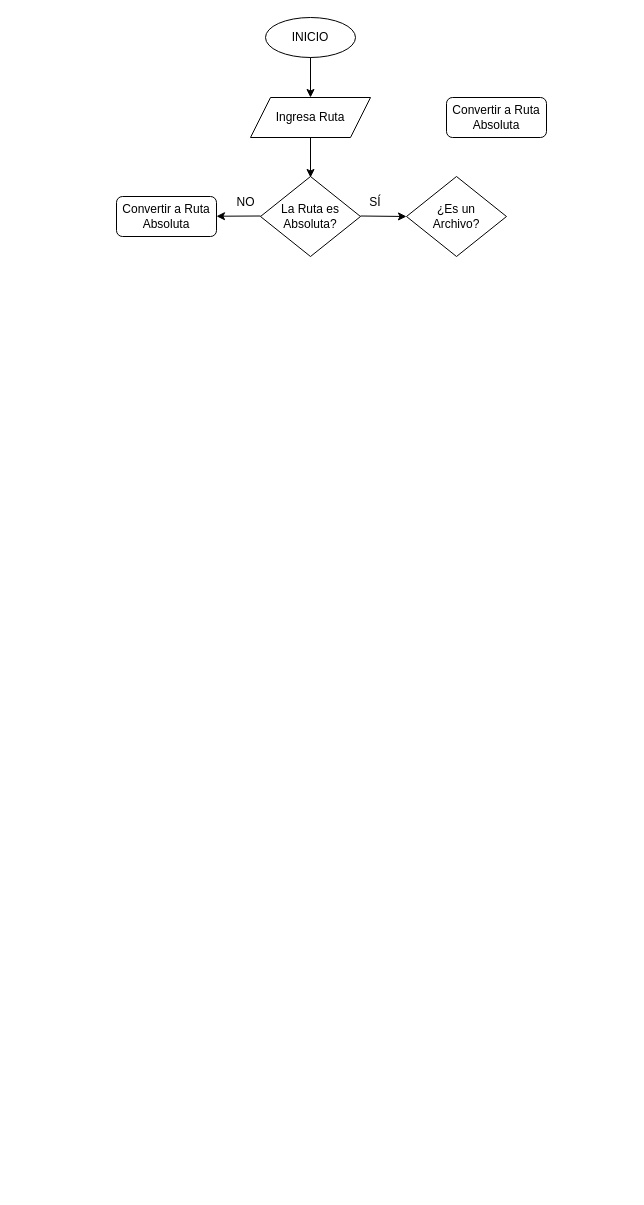
Before: MDLink.drawio in NellyCN/DEV003-md-links, a draw.io diagram. Source tidied: cells renumbered, new cells numbered last; positions are measured from the earlier drawing's top-left corner, leaving out a move shared by most shapes. Both pictures are drawn from the tidied source at 100%, with x=0, y=0 at pixel (116, 17).
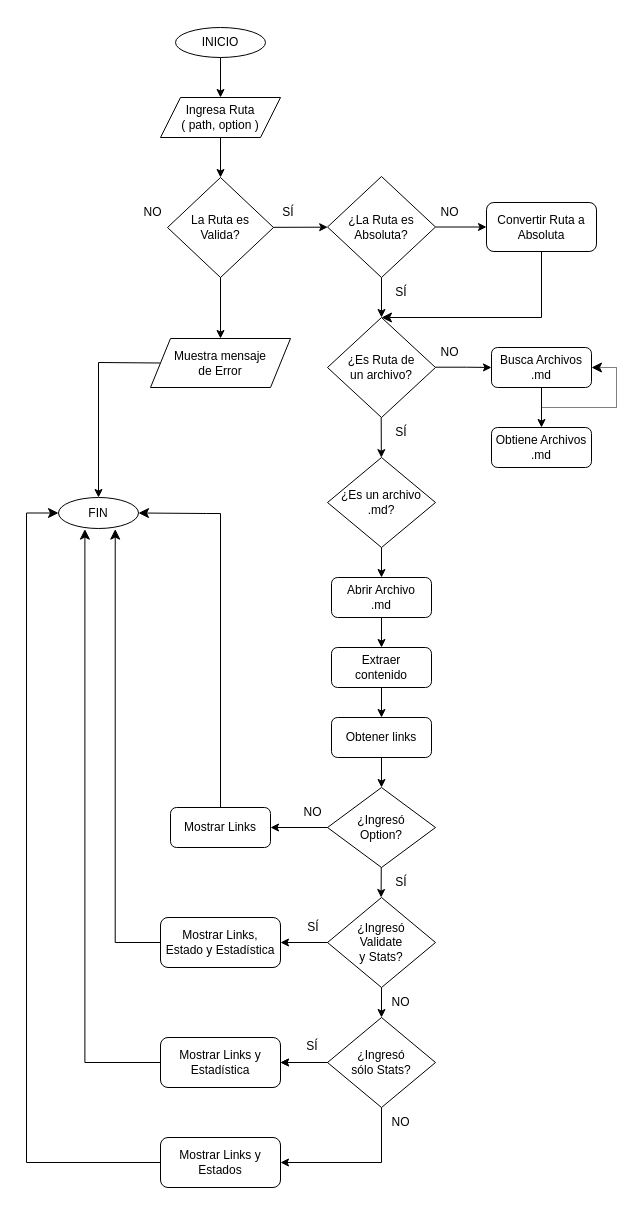
After the change.

Change to the diagram source:
```diff
@@
     <mxCell id="2" value="INICIO" style="ellipse;whiteSpace=wrap;html=1;" parent="1" vertex="1">
-      <mxGeometry x="149" width="90" height="40" as="geometry" />
+      <mxGeometry x="59" y="10" width="90" height="30" as="geometry" />
     </mxCell>
-    <mxCell id="3" value="Ingresa Ruta" style="shape=parallelogram;perimeter=parallelogramPerimeter;whiteSpace=wrap;html=1;fixedSize=1;" parent="1" vertex="1">
-      <mxGeometry x="134" y="80" width="120" height="40" as="geometry" />
+    <mxCell id="3" value="Ingresa Ruta&lt;br&gt;( path, option )" style="shape=parallelogram;perimeter=parallelogramPerimeter;whiteSpace=wrap;html=1;fixedSize=1;" parent="1" vertex="1">
+      <mxGeometry x="44" y="80" width="120" height="40" as="geometry" />
     </mxCell>
-    <mxCell id="4" style="endArrow=classic;html=1;rounded=0;exitX=0.5;exitY=1;exitDx=0;exitDy=0;entryX=0.5;entryY=0;entryDx=0;entryDy=0;" parent="1" edge="1" source="2" target="3">
+    <mxCell id="4" style="endArrow=classic;html=1;rounded=0;" parent="1" edge="1" source="2" target="3">
       <mxGeometry relative="1" as="geometry" />
     </mxCell>
-    <mxCell id="5" value="La Ruta es Absoluta?" style="rhombus;whiteSpace=wrap;html=1;" parent="1" vertex="1">
-      <mxGeometry x="144" y="159" width="100" height="80" as="geometry" />
+    <mxCell id="5" value="La Ruta es &lt;br&gt;Valida?" style="rhombus;whiteSpace=wrap;html=1;" parent="1" vertex="1">
+      <mxGeometry x="51" y="160" width="106" height="100" as="geometry" />
     </mxCell>
-    <mxCell id="6" style="endArrow=classic;html=1;rounded=0;exitX=0.5;exitY=1;exitDx=0;exitDy=0;entryX=0.5;entryY=0;entryDx=0;entryDy=0;" parent="1" edge="1">
-      <mxGeometry relative="1" as="geometry">
-        <mxPoint x="194" y="120" as="sourcePoint" />
-        <mxPoint x="194" y="160" as="targetPoint" />
-      </mxGeometry>
+    <mxCell id="6" style="endArrow=classic;html=1;rounded=0;" parent="1" edge="1" source="3" target="5">
+      <mxGeometry relative="1" as="geometry" />
     </mxCell>
-    <mxCell id="7" style="endArrow=classic;html=1;rounded=0;exitX=0.5;exitY=1;exitDx=0;exitDy=0;" parent="1" edge="1">
-      <mxGeometry relative="1" as="geometry">
-        <mxPoint x="244" y="198.5" as="sourcePoint" />
-        <mxPoint x="290" y="199" as="targetPoint" />
-      </mxGeometry>
+    <mxCell id="7" style="endArrow=classic;html=1;rounded=0;" parent="1" edge="1" source="5" target="13">
+      <mxGeometry relative="1" as="geometry" />
     </mxCell>
-    <mxCell id="8" style="endArrow=classic;html=1;rounded=0;exitX=0.5;exitY=1;exitDx=0;exitDy=0;" parent="1" edge="1" target="11">
-      <mxGeometry relative="1" as="geometry">
-        <mxPoint x="144" y="198.5" as="sourcePoint" />
-      </mxGeometry>
+    <mxCell id="8" style="endArrow=classic;html=1;rounded=0;entryX=0.5;entryY=0;entryDx=0;entryDy=0;" parent="1" edge="1" source="5" target="21">
+      <mxGeometry relative="1" as="geometry" />
     </mxCell>
     <mxCell id="9" value="NO" style="text;strokeColor=none;align=center;fillColor=none;html=1;verticalAlign=middle;whiteSpace=wrap;rounded=0;" parent="1" vertex="1">
-      <mxGeometry x="115" y="170" width="29" height="30" as="geometry" />
+      <mxGeometry x="22" y="180" width="29" height="30" as="geometry" />
     </mxCell>
     <mxCell id="10" value="SÍ" style="text;strokeColor=none;align=center;fillColor=none;html=1;verticalAlign=middle;whiteSpace=wrap;rounded=0;" parent="1" vertex="1">
-      <mxGeometry x="244" y="170" width="30" height="30" as="geometry" />
+      <mxGeometry x="157" y="180" width="30" height="30" as="geometry" />
     </mxCell>
-    <mxCell id="11" value="Convertir a Ruta Absoluta" style="rounded=1;whiteSpace=wrap;html=1;" parent="1" vertex="1">
-      <mxGeometry y="179" width="100" height="40" as="geometry" />
+    <mxCell id="11" value="Convertir Ruta a Absoluta" style="rounded=1;whiteSpace=wrap;html=1;" parent="1" vertex="1">
+      <mxGeometry x="370" y="185" width="110" height="49" as="geometry" />
     </mxCell>
-    <mxCell id="12" value="Convertir a Ruta Absoluta" style="rounded=1;whiteSpace=wrap;html=1;" parent="1" vertex="1">
-      <mxGeometry x="330" y="80" width="100" height="40" as="geometry" />
+    <mxCell id="12" value="Busca Archivos .md" style="rounded=1;whiteSpace=wrap;html=1;" parent="1" vertex="1">
+      <mxGeometry x="375" y="330" width="100" height="40" as="geometry" />
     </mxCell>
-    <mxCell id="13" value="¿Es un &lt;br&gt;Archivo?" style="rhombus;whiteSpace=wrap;html=1;" parent="1" vertex="1">
-      <mxGeometry x="290" y="159" width="100" height="80" as="geometry" />
+    <mxCell id="13" value="¿La Ruta es Absoluta?" style="rhombus;whiteSpace=wrap;html=1;" parent="1" vertex="1">
+      <mxGeometry x="211" y="159" width="108" height="101" as="geometry" />
     </mxCell>
+    <mxCell id="14" style="endArrow=classic;html=1;rounded=0;startArrow=none;entryX=0.5;entryY=0;entryDx=0;entryDy=0;exitX=0;exitY=0.5;exitDx=0;exitDy=0;" parent="1" edge="1" source="21" target="15">
+      <mxGeometry relative="1" as="geometry">
+        <Array as="points">
+          <mxPoint x="-18" y="345" />
+        </Array>
+      </mxGeometry>
+    </mxCell>
+    <mxCell id="15" value="FIN" style="ellipse;whiteSpace=wrap;html=1;" parent="1" vertex="1">
+      <mxGeometry x="-58" y="480" width="80" height="31" as="geometry" />
+    </mxCell>
+    <mxCell id="16" style="endArrow=classic;html=1;rounded=0;" parent="1" edge="1" source="13" target="11">
+      <mxGeometry relative="1" as="geometry" />
+    </mxCell>
+    <mxCell id="17" value="NO" style="text;strokeColor=none;align=center;fillColor=none;html=1;verticalAlign=middle;whiteSpace=wrap;rounded=0;" parent="1" vertex="1">
+      <mxGeometry x="319" y="180" width="29" height="30" as="geometry" />
+    </mxCell>
+    <mxCell id="18" style="endArrow=classic;html=1;rounded=0;exitX=0.5;exitY=1;exitDx=0;exitDy=0;" parent="1" edge="1" source="13" target="20">
+      <mxGeometry relative="1" as="geometry" />
+    </mxCell>
+    <mxCell id="19" value="SÍ" style="text;strokeColor=none;align=center;fillColor=none;html=1;verticalAlign=middle;whiteSpace=wrap;rounded=0;" parent="1" vertex="1">
+      <mxGeometry x="270" y="260" width="30" height="30" as="geometry" />
+    </mxCell>
+    <mxCell id="20" value="¿Es Ruta de&lt;br&gt;un archivo?" style="rhombus;whiteSpace=wrap;html=1;" parent="1" vertex="1">
+      <mxGeometry x="211" y="300" width="108" height="100" as="geometry" />
+    </mxCell>
+    <mxCell id="21" value="Muestra mensaje&lt;br&gt;de Error" style="shape=parallelogram;perimeter=parallelogramPerimeter;whiteSpace=wrap;html=1;fixedSize=1;" parent="1" vertex="1">
+      <mxGeometry x="34" y="321" width="140" height="49" as="geometry" />
+    </mxCell>
+    <mxCell id="22" style="endArrow=classic;html=1;rounded=0;exitX=1;exitY=0.5;exitDx=0;exitDy=0;entryX=0;entryY=0.5;entryDx=0;entryDy=0;" parent="1" edge="1" target="12">
+      <mxGeometry relative="1" as="geometry">
+        <mxPoint x="319" y="349.7" as="sourcePoint" />
+        <Array as="points">
+          <mxPoint x="350" y="349.7" />
+        </Array>
+      </mxGeometry>
+    </mxCell>
+    <mxCell id="23" style="endArrow=classic;html=1;rounded=0;exitX=0.5;exitY=1;exitDx=0;exitDy=0;" parent="1" edge="1" target="30">
+      <mxGeometry relative="1" as="geometry">
+        <mxPoint x="264.7" y="400" as="sourcePoint" />
+      </mxGeometry>
+    </mxCell>
+    <mxCell id="24" value="SÍ" style="text;strokeColor=none;align=center;fillColor=none;html=1;verticalAlign=middle;whiteSpace=wrap;rounded=0;" parent="1" vertex="1">
+      <mxGeometry x="270" y="400" width="30" height="30" as="geometry" />
+    </mxCell>
+    <mxCell id="25" value="NO" style="text;strokeColor=none;align=center;fillColor=none;html=1;verticalAlign=middle;whiteSpace=wrap;rounded=0;" parent="1" vertex="1">
+      <mxGeometry x="319" y="320" width="29" height="30" as="geometry" />
+    </mxCell>
+    <mxCell id="26" value="Obtiene Archivos .md" style="rounded=1;whiteSpace=wrap;html=1;" parent="1" vertex="1">
+      <mxGeometry x="375" y="410" width="100" height="40" as="geometry" />
+    </mxCell>
+    <mxCell id="27" style="edgeStyle=segmentEdgeStyle;endArrow=classic;html=1;curved=0;rounded=0;endSize=8;startSize=8;exitX=0.5;exitY=1;exitDx=0;exitDy=0;entryX=0.5;entryY=0;entryDx=0;entryDy=0;" parent="1" edge="1" source="11" target="20">
+      <mxGeometry relative="1" as="geometry">
+        <Array as="points">
+          <mxPoint x="425" y="300" />
+        </Array>
+      </mxGeometry>
+    </mxCell>
+    <mxCell id="28" style="endArrow=classic;html=1;rounded=0;exitX=0.5;exitY=1;exitDx=0;exitDy=0;entryX=0.5;entryY=0;entryDx=0;entryDy=0;" parent="1" edge="1" source="12" target="26">
+      <mxGeometry relative="1" as="geometry" />
+    </mxCell>
+    <mxCell id="29" style="edgeStyle=elbowEdgeStyle;elbow=horizontal;endArrow=classic;html=1;curved=0;rounded=0;endSize=8;startSize=8;entryX=1;entryY=0.5;entryDx=0;entryDy=0;dashed=1;dashPattern=1 1;" parent="1" edge="1" target="12">
+      <mxGeometry relative="1" as="geometry">
+        <mxPoint x="425" y="390" as="sourcePoint" />
+        <Array as="points">
+          <mxPoint x="500" y="390" />
+        </Array>
+      </mxGeometry>
+    </mxCell>
+    <mxCell id="30" value="¿Es un&amp;nbsp;archivo&lt;br&gt;.md?" style="rhombus;whiteSpace=wrap;html=1;" parent="1" vertex="1">
+      <mxGeometry x="211" y="440" width="108" height="90" as="geometry" />
+    </mxCell>
+    <mxCell id="31" value="Abrir Archivo &lt;br&gt;.md" style="rounded=1;whiteSpace=wrap;html=1;" parent="1" vertex="1">
+      <mxGeometry x="215" y="560" width="100" height="40" as="geometry" />
+    </mxCell>
+    <mxCell id="32" value="Extraer &lt;br&gt;contenido" style="rounded=1;whiteSpace=wrap;html=1;" parent="1" vertex="1">
+      <mxGeometry x="215" y="630" width="100" height="40" as="geometry" />
+    </mxCell>
+    <mxCell id="33" value="Obtener links" style="rounded=1;whiteSpace=wrap;html=1;" parent="1" vertex="1">
+      <mxGeometry x="215" y="700" width="100" height="40" as="geometry" />
+    </mxCell>
+    <mxCell id="34" style="endArrow=classic;html=1;rounded=0;entryX=0.5;entryY=0;entryDx=0;entryDy=0;" parent="1" edge="1" source="30" target="31">
+      <mxGeometry relative="1" as="geometry" />
+    </mxCell>
+    <mxCell id="35" style="endArrow=classic;html=1;rounded=0;" parent="1" edge="1" source="31" target="32">
+      <mxGeometry relative="1" as="geometry" />
+    </mxCell>
+    <mxCell id="36" style="endArrow=classic;html=1;rounded=0;exitX=0.5;exitY=1;exitDx=0;exitDy=0;" parent="1" edge="1" source="32" target="33">
+      <mxGeometry relative="1" as="geometry" />
+    </mxCell>
+    <mxCell id="37" style="endArrow=classic;html=1;rounded=0;" parent="1" edge="1" source="33" target="38">
+      <mxGeometry relative="1" as="geometry" />
+    </mxCell>
+    <mxCell id="38" value="¿Ingresó &lt;br&gt;Option?" style="rhombus;whiteSpace=wrap;html=1;" parent="1" vertex="1">
+      <mxGeometry x="211" y="770" width="108" height="80" as="geometry" />
+    </mxCell>
+    <mxCell id="39" style="endArrow=classic;html=1;rounded=0;" parent="1" edge="1" source="38">
+      <mxGeometry relative="1" as="geometry">
+        <mxPoint x="264.6" y="880" as="targetPoint" />
+      </mxGeometry>
+    </mxCell>
+    <mxCell id="40" value="SÍ" style="text;strokeColor=none;align=center;fillColor=none;html=1;verticalAlign=middle;whiteSpace=wrap;rounded=0;" parent="1" vertex="1">
+      <mxGeometry x="181.5" y="895" width="30" height="30" as="geometry" />
+    </mxCell>
+    <mxCell id="41" value="SÍ" style="text;strokeColor=none;align=center;fillColor=none;html=1;verticalAlign=middle;whiteSpace=wrap;rounded=0;" parent="1" vertex="1">
+      <mxGeometry x="270" y="850" width="30" height="30" as="geometry" />
+    </mxCell>
+    <mxCell id="42" value="Mostrar Links" style="rounded=1;whiteSpace=wrap;html=1;" parent="1" vertex="1">
+      <mxGeometry x="54" y="790" width="100" height="40" as="geometry" />
+    </mxCell>
+    <mxCell id="43" style="endArrow=classic;html=1;rounded=0;" parent="1" edge="1" source="38" target="42">
+      <mxGeometry relative="1" as="geometry" />
+    </mxCell>
+    <mxCell id="44" value="NO" style="text;strokeColor=none;align=center;fillColor=none;html=1;verticalAlign=middle;whiteSpace=wrap;rounded=0;" parent="1" vertex="1">
+      <mxGeometry x="182" y="780" width="29" height="30" as="geometry" />
+    </mxCell>
+    <mxCell id="45" value="¿Ingresó &lt;br&gt;Validate &lt;br&gt;y Stats?" style="rhombus;whiteSpace=wrap;html=1;" parent="1" vertex="1">
+      <mxGeometry x="211" y="880" width="108" height="90" as="geometry" />
+    </mxCell>
+    <mxCell id="46" style="endArrow=classic;html=1;rounded=0;" parent="1" edge="1" source="45">
+      <mxGeometry relative="1" as="geometry">
+        <mxPoint x="265" y="1000" as="targetPoint" />
+      </mxGeometry>
+    </mxCell>
+    <mxCell id="47" value="Mostrar Links, &lt;br&gt;Estado y Estadística" style="rounded=1;whiteSpace=wrap;html=1;" parent="1" vertex="1">
+      <mxGeometry x="44" y="900" width="120" height="50" as="geometry" />
+    </mxCell>
+    <mxCell id="48" style="endArrow=classic;html=1;rounded=0;" parent="1" edge="1" source="45" target="47">
+      <mxGeometry relative="1" as="geometry" />
+    </mxCell>
+    <mxCell id="49" value="NO" style="text;strokeColor=none;align=center;fillColor=none;html=1;verticalAlign=middle;whiteSpace=wrap;rounded=0;" parent="1" vertex="1">
+      <mxGeometry x="270" y="970" width="29" height="30" as="geometry" />
+    </mxCell>
+    <mxCell id="50" value="SÍ" style="text;strokeColor=none;align=center;fillColor=none;html=1;verticalAlign=middle;whiteSpace=wrap;rounded=0;" parent="1" vertex="1">
+      <mxGeometry x="181" y="1014" width="30" height="30" as="geometry" />
+    </mxCell>
+    <mxCell id="51" style="edgeStyle=orthogonalEdgeStyle;rounded=0;jettySize=auto;html=1;" parent="1" edge="1" source="52" target="53">
+      <mxGeometry relative="1" as="geometry" />
+    </mxCell>
+    <mxCell id="52" value="¿Ingresó &lt;br&gt;sólo Stats?" style="rhombus;whiteSpace=wrap;html=1;" parent="1" vertex="1">
+      <mxGeometry x="211" y="1000" width="108" height="90" as="geometry" />
+    </mxCell>
+    <mxCell id="53" value="Mostrar Links y Estadística" style="rounded=1;whiteSpace=wrap;html=1;" parent="1" vertex="1">
+      <mxGeometry x="44" y="1020" width="120" height="50" as="geometry" />
+    </mxCell>
+    <mxCell id="54" style="endArrow=classic;html=1;rounded=0;exitX=0;exitY=0.5;exitDx=0;exitDy=0;" parent="1" edge="1" source="52" target="53">
+      <mxGeometry relative="1" as="geometry" />
+    </mxCell>
+    <mxCell id="55" style="edgeStyle=orthogonalEdgeStyle;rounded=0;jettySize=auto;html=1;exitX=0.5;exitY=1;exitDx=0;exitDy=0;entryX=1;entryY=0.5;entryDx=0;entryDy=0;" parent="1" edge="1" source="52" target="57">
+      <mxGeometry relative="1" as="geometry" />
+    </mxCell>
+    <mxCell id="56" value="NO" style="text;strokeColor=none;align=center;fillColor=none;html=1;verticalAlign=middle;whiteSpace=wrap;rounded=0;" parent="1" vertex="1">
+      <mxGeometry x="270" y="1090" width="29" height="30" as="geometry" />
+    </mxCell>
+    <mxCell id="57" value="Mostrar Links y Estados" style="rounded=1;whiteSpace=wrap;html=1;" parent="1" vertex="1">
+      <mxGeometry x="44" y="1120" width="120" height="50" as="geometry" />
+    </mxCell>
+    <mxCell id="58" style="edgeStyle=segmentEdgeStyle;endArrow=classic;html=1;curved=0;rounded=0;endSize=8;startSize=8;entryX=1;entryY=0.5;entryDx=0;entryDy=0;" parent="1" edge="1" source="42" target="15">
+      <mxGeometry relative="1" as="geometry">
+        <Array as="points">
+          <mxPoint x="104" y="496" />
+          <mxPoint x="90" y="496" />
+        </Array>
+      </mxGeometry>
+    </mxCell>
+    <mxCell id="59" style="edgeStyle=segmentEdgeStyle;endArrow=classic;html=1;curved=0;rounded=0;endSize=8;startSize=8;exitX=0;exitY=0.5;exitDx=0;exitDy=0;entryX=0.709;entryY=1.02;entryDx=0;entryDy=0;entryPerimeter=0;" parent="1" edge="1" source="47" target="15">
+      <mxGeometry relative="1" as="geometry" />
+    </mxCell>
+    <mxCell id="60" style="edgeStyle=segmentEdgeStyle;endArrow=classic;html=1;curved=0;rounded=0;endSize=8;startSize=8;exitX=0;exitY=0.5;exitDx=0;exitDy=0;entryX=0.33;entryY=1.02;entryDx=0;entryDy=0;entryPerimeter=0;" parent="1" edge="1" source="53" target="15">
+      <mxGeometry relative="1" as="geometry" />
+    </mxCell>
+    <mxCell id="61" style="edgeStyle=segmentEdgeStyle;endArrow=classic;html=1;curved=0;rounded=0;endSize=8;startSize=8;entryX=0;entryY=0.5;entryDx=0;entryDy=0;" parent="1" edge="1" source="57" target="15">
+      <mxGeometry relative="1" as="geometry">
+        <Array as="points">
+          <mxPoint x="-90" y="1145" />
+          <mxPoint x="-90" y="496" />
+          <mxPoint x="-58" y="496" />
+        </Array>
+      </mxGeometry>
+    </mxCell>
```
